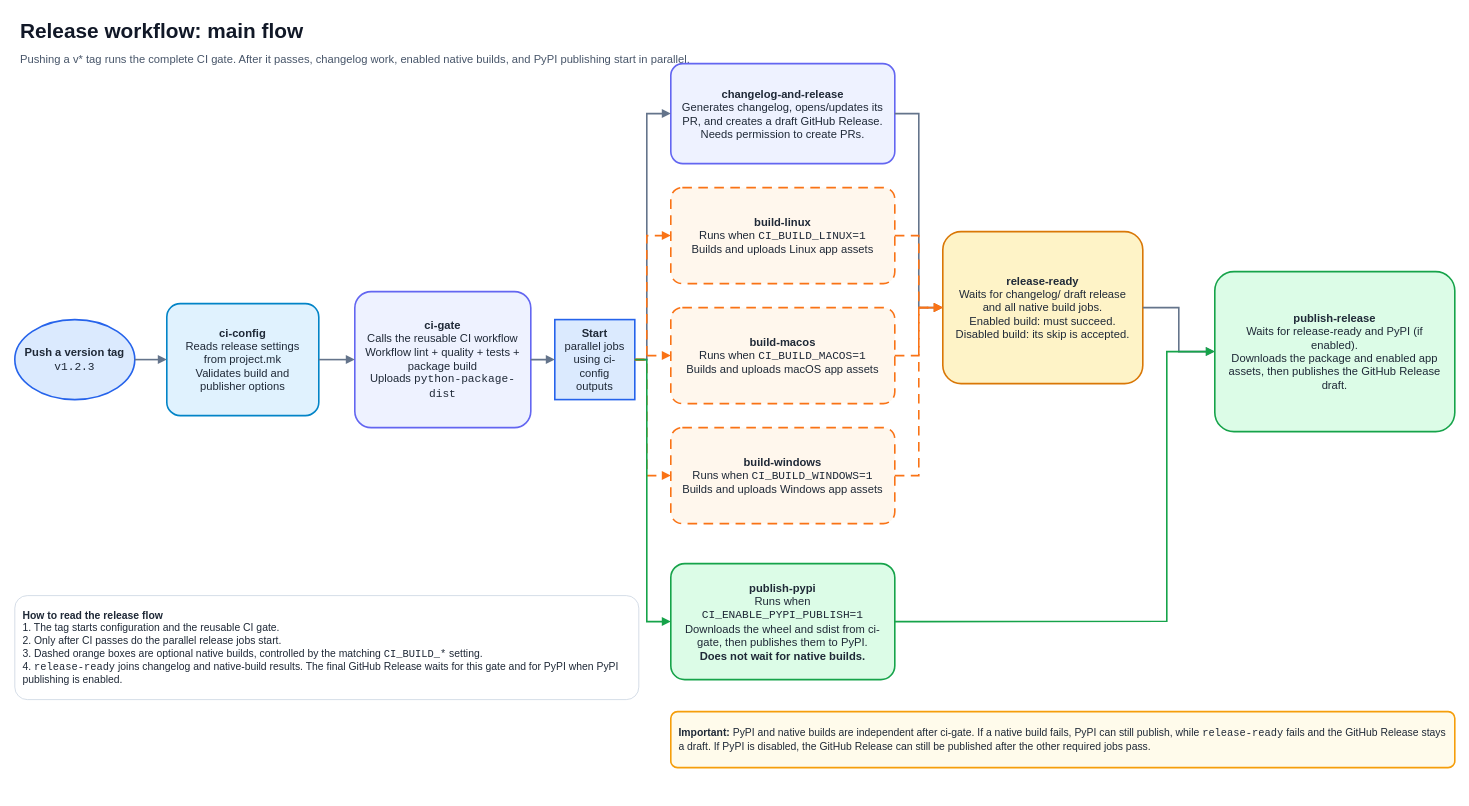
This is page "2 · Release flow" (2 of 3) of docs/ci-workflows.drawio from GaaabLiz/Python-ci-make-template, a draw.io file, before an edit. Source tidied: cells renumbered, new cells numbered last; positions are measured from the earlier drawing's top-left corner, leaving out a move shared by most shapes. Both pictures are drawn from the tidied source at 80%, with x=0, y=0 at pixel (14, 14).
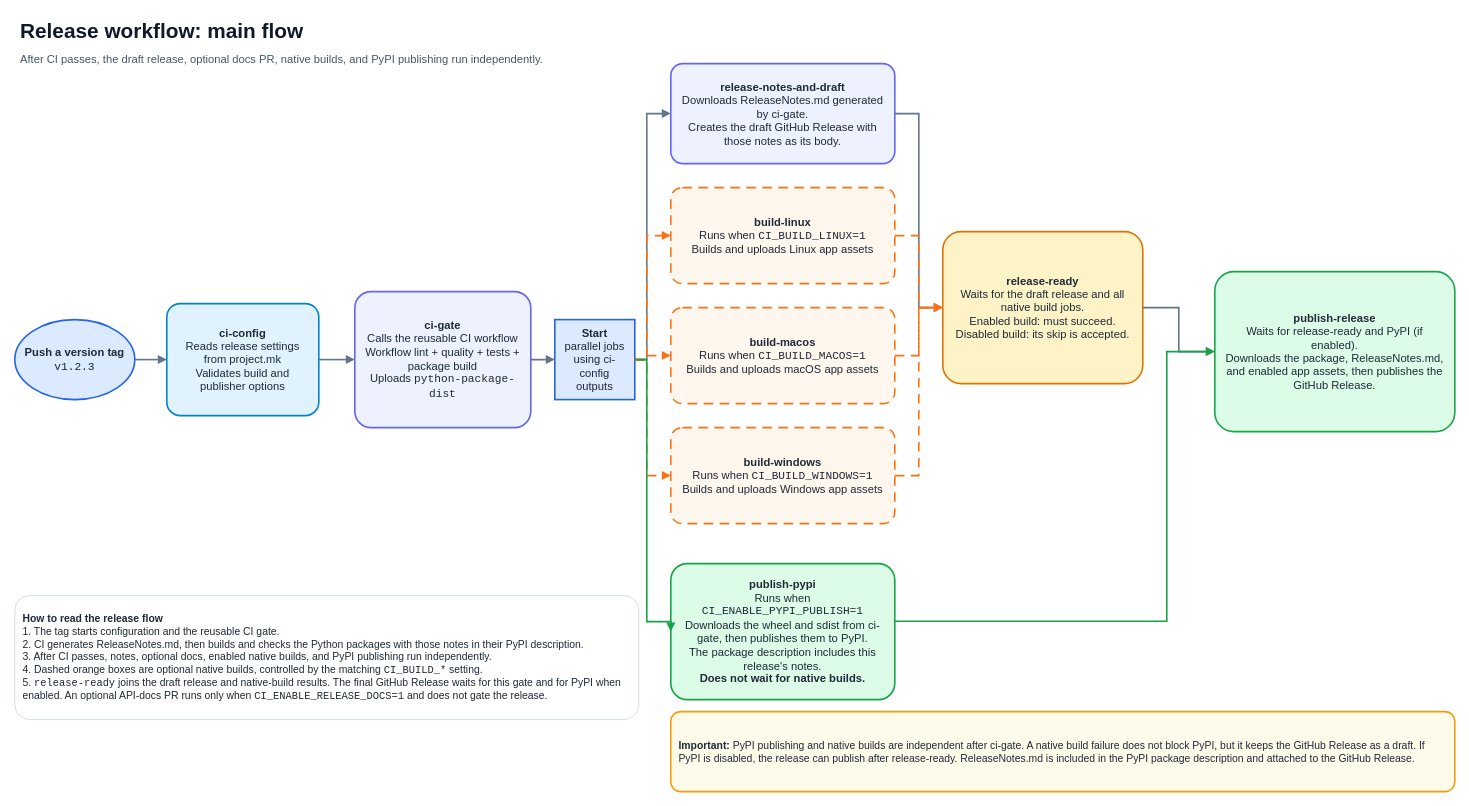
The same diagram, later.

Commit message (it also covers changes not shown here):
docs(release): describe per-version release notes

Change to the diagram source:
```diff
@@
-    <mxCell id="3" value="Pushing a v* tag runs the complete CI gate. After it passes, changelog work, enabled native builds, and PyPI publishing start in parallel." style="text;html=1;strokeColor=none;fillColor=none;align=left;verticalAlign=middle;fontFamily=Helvetica;fontSize=14;fontColor=#475569;fontStyle=0;whiteSpace=wrap;" parent="1" vertex="1">
+    <mxCell id="3" value="After CI passes, the draft release, optional docs PR, native builds, and PyPI publishing run independently." style="text;html=1;strokeColor=none;fillColor=none;align=left;verticalAlign=middle;fontFamily=Helvetica;fontSize=14;fontColor=#475569;fontStyle=0;whiteSpace=wrap;" parent="1" vertex="1">
       <mxGeometry x="5" y="42" width="1650" height="30" as="geometry" />
     </mxCell>
@@
-    <mxCell id="8" value="&lt;b&gt;changelog-and-release&lt;/b&gt;&lt;br&gt;Generates changelog, opens/updates its PR, and creates a draft GitHub Release.&lt;br&gt;Needs permission to create PRs." style="rounded=1;whiteSpace=wrap;html=1;align=center;verticalAlign=middle;fontFamily=Helvetica;fontSize=14;fontColor=#1f2937;spacing=10;fillColor=#eef2ff;strokeColor=#6366f1;strokeWidth=2;arcSize=12;" parent="1" vertex="1">
+    <mxCell id="8" value="&lt;b&gt;release-notes-and-draft&lt;/b&gt;&lt;br&gt;Downloads ReleaseNotes.md generated by ci-gate.&lt;br&gt;Creates the draft GitHub Release with those notes as its body." style="rounded=1;whiteSpace=wrap;html=1;align=center;verticalAlign=middle;fontFamily=Helvetica;fontSize=14;fontColor=#1f2937;spacing=10;fillColor=#eef2ff;strokeColor=#6366f1;strokeWidth=2;arcSize=12;" parent="1" vertex="1">
       <mxGeometry x="820" y="62" width="280" height="125" as="geometry" />
     </mxCell>
@@
-    <mxCell id="12" value="&lt;b&gt;publish-pypi&lt;/b&gt;&lt;br&gt;Runs when &lt;code&gt;CI_ENABLE_PYPI_PUBLISH=1&lt;/code&gt;&lt;br&gt;Downloads the wheel and sdist from ci-gate, then publishes them to PyPI.&lt;br&gt;&lt;b&gt;Does not wait for native builds.&lt;/b&gt;" style="rounded=1;whiteSpace=wrap;html=1;align=center;verticalAlign=middle;fontFamily=Helvetica;fontSize=14;fontColor=#1f2937;spacing=10;fillColor=#dcfce7;strokeColor=#16a34a;strokeWidth=2;arcSize=12;" parent="1" vertex="1">
-      <mxGeometry x="820" y="687" width="280" height="145" as="geometry" />
+    <mxCell id="12" value="&lt;b&gt;publish-pypi&lt;/b&gt;&lt;br&gt;Runs when &lt;code&gt;CI_ENABLE_PYPI_PUBLISH=1&lt;/code&gt;&lt;br&gt;Downloads the wheel and sdist from ci-gate, then publishes them to PyPI.&lt;br&gt;The package description includes this release's notes.&lt;br&gt;&lt;b&gt;Does not wait for native builds.&lt;/b&gt;" style="rounded=1;whiteSpace=wrap;html=1;align=center;verticalAlign=middle;fontFamily=Helvetica;fontSize=14;fontColor=#1f2937;spacing=10;fillColor=#dcfce7;strokeColor=#16a34a;strokeWidth=2;arcSize=12;" parent="1" vertex="1">
+      <mxGeometry x="820" y="687" width="280" height="170" as="geometry" />
     </mxCell>
-    <mxCell id="13" value="&lt;b&gt;release-ready&lt;/b&gt;&lt;br&gt;Waits for changelog/ draft release and all native build jobs.&lt;br&gt;Enabled build: must succeed.&lt;br&gt;Disabled build: its skip is accepted." style="rounded=1;whiteSpace=wrap;html=1;align=center;verticalAlign=middle;fontFamily=Helvetica;fontSize=14;fontColor=#1f2937;spacing=10;fillColor=#fef3c7;strokeColor=#d97706;strokeWidth=2;arcSize=12;" parent="1" vertex="1">
+    <mxCell id="13" value="&lt;b&gt;release-ready&lt;/b&gt;&lt;br&gt;Waits for the draft release and all native build jobs.&lt;br&gt;Enabled build: must succeed.&lt;br&gt;Disabled build: its skip is accepted." style="rounded=1;whiteSpace=wrap;html=1;align=center;verticalAlign=middle;fontFamily=Helvetica;fontSize=14;fontColor=#1f2937;spacing=10;fillColor=#fef3c7;strokeColor=#d97706;strokeWidth=2;arcSize=12;" parent="1" vertex="1">
       <mxGeometry x="1160" y="272" width="250" height="190" as="geometry" />
     </mxCell>
-    <mxCell id="14" value="&lt;b&gt;publish-release&lt;/b&gt;&lt;br&gt;Waits for release-ready and PyPI (if enabled).&lt;br&gt;Downloads the package and enabled app assets, then publishes the GitHub Release draft." style="rounded=1;whiteSpace=wrap;html=1;align=center;verticalAlign=middle;fontFamily=Helvetica;fontSize=14;fontColor=#1f2937;spacing=10;fillColor=#dcfce7;strokeColor=#16a34a;strokeWidth=2;arcSize=12;" parent="1" vertex="1">
+    <mxCell id="14" value="&lt;b&gt;publish-release&lt;/b&gt;&lt;br&gt;Waits for release-ready and PyPI (if enabled).&lt;br&gt;Downloads the package, ReleaseNotes.md, and enabled app assets, then publishes the GitHub Release." style="rounded=1;whiteSpace=wrap;html=1;align=center;verticalAlign=middle;fontFamily=Helvetica;fontSize=14;fontColor=#1f2937;spacing=10;fillColor=#dcfce7;strokeColor=#16a34a;strokeWidth=2;arcSize=12;" parent="1" vertex="1">
       <mxGeometry x="1500" y="322" width="300" height="200" as="geometry" />
     </mxCell>
-    <mxCell id="15" value="&lt;b&gt;Important:&lt;/b&gt; PyPI and native builds are independent after ci-gate. If a native build fails, PyPI can still publish, while &lt;code&gt;release-ready&lt;/code&gt; fails and the GitHub Release stays a draft. If PyPI is disabled, the GitHub Release can still be published after the other required jobs pass." style="rounded=1;whiteSpace=wrap;html=1;align=center;verticalAlign=middle;fontFamily=Helvetica;fontSize=14;fontColor=#1f2937;spacing=10;fillColor=#fffbeb;strokeColor=#f59e0b;strokeWidth=2;arcSize=12;align=left;fontSize=13;" parent="1" vertex="1">
-      <mxGeometry x="820" y="872" width="980" height="70" as="geometry" />
+    <mxCell id="15" value="&lt;b&gt;Important:&lt;/b&gt; PyPI publishing and native builds are independent after ci-gate. A native build failure does not block PyPI, but it keeps the GitHub Release as a draft. If PyPI is disabled, the release can publish after release-ready. ReleaseNotes.md is included in the PyPI package description and attached to the GitHub Release." style="rounded=1;whiteSpace=wrap;html=1;align=center;verticalAlign=middle;fontFamily=Helvetica;fontSize=14;fontColor=#1f2937;spacing=10;fillColor=#fffbeb;strokeColor=#f59e0b;strokeWidth=2;arcSize=12;align=left;fontSize=13;" parent="1" vertex="1">
+      <mxGeometry x="820" y="872" width="980" height="100" as="geometry" />
     </mxCell>
-    <mxCell id="16" value="&lt;b&gt;How to read the release flow&lt;/b&gt;&lt;br&gt;1. The tag starts configuration and the reusable CI gate.&lt;br&gt;2. Only after CI passes do the parallel release jobs start.&lt;br&gt;3. Dashed orange boxes are optional native builds, controlled by the matching &lt;code&gt;CI_BUILD_*&lt;/code&gt; setting.&lt;br&gt;4. &lt;code&gt;release-ready&lt;/code&gt; joins changelog and native-build results. The final GitHub Release waits for this gate and for PyPI when PyPI publishing is enabled." style="rounded=1;whiteSpace=wrap;html=1;align=center;verticalAlign=middle;fontFamily=Helvetica;fontSize=14;fontColor=#1f2937;spacing=10;fillColor=#ffffff;strokeColor=#cbd5e1;strokeWidth=2;arcSize=12;align=left;fontSize=13;strokeWidth=1;" parent="1" vertex="1">
-      <mxGeometry y="727" width="780" height="130" as="geometry" />
+    <mxCell id="16" value="&lt;b&gt;How to read the release flow&lt;/b&gt;&lt;br&gt;1. The tag starts configuration and the reusable CI gate.&lt;br&gt;2. CI generates ReleaseNotes.md, then builds and checks the Python packages with those notes in their PyPI description.&lt;br&gt;3. After CI passes, notes, optional docs, enabled native builds, and PyPI publishing run independently.&lt;br&gt;4. Dashed orange boxes are optional native builds, controlled by the matching &lt;code&gt;CI_BUILD_*&lt;/code&gt; setting.&lt;br&gt;5. &lt;code&gt;release-ready&lt;/code&gt; joins the draft release and native-build results. The final GitHub Release waits for this gate and for PyPI when enabled. An optional API-docs PR runs only when &lt;code&gt;CI_ENABLE_RELEASE_DOCS=1&lt;/code&gt; and does not gate the release." style="rounded=1;whiteSpace=wrap;html=1;align=center;verticalAlign=middle;fontFamily=Helvetica;fontSize=14;fontColor=#1f2937;spacing=10;fillColor=#ffffff;strokeColor=#cbd5e1;strokeWidth=2;arcSize=12;align=left;fontSize=13;strokeWidth=1;" parent="1" vertex="1">
+      <mxGeometry y="727" width="780" height="155" as="geometry" />
     </mxCell>
```
